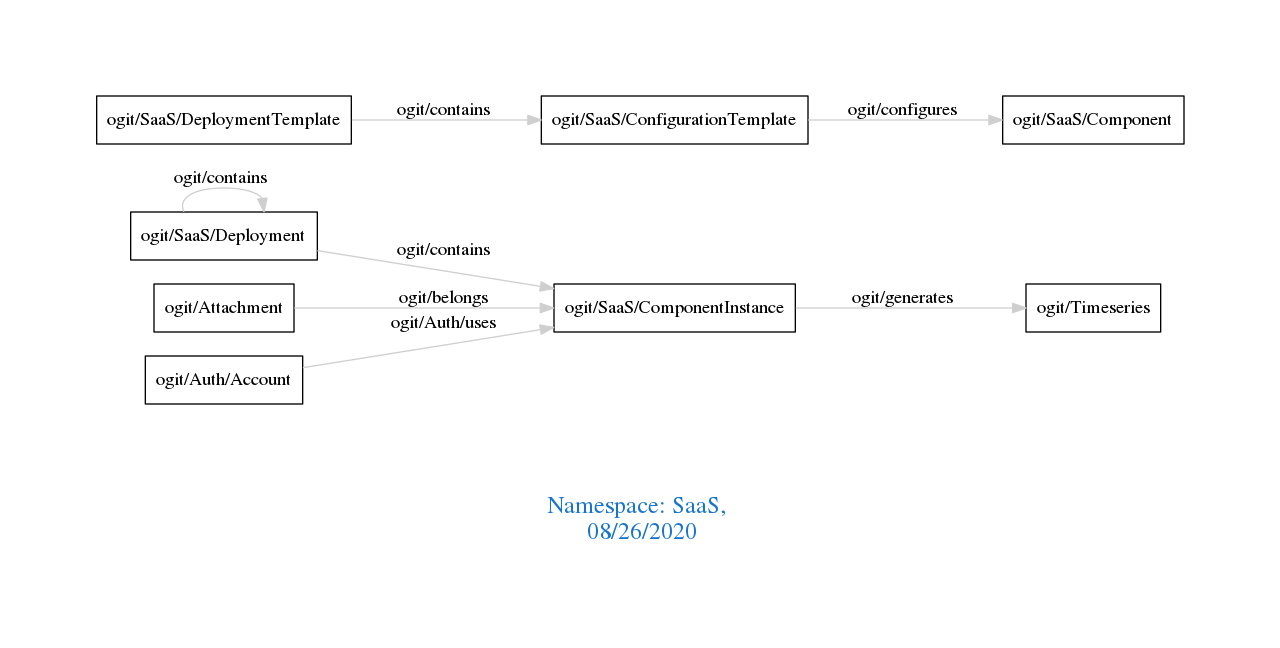
This is downloads/SaaS.png from arago/OGIT, a Graphviz export, as it was before one commit. Its source is kept beside it as downloads/SaaS.dot.
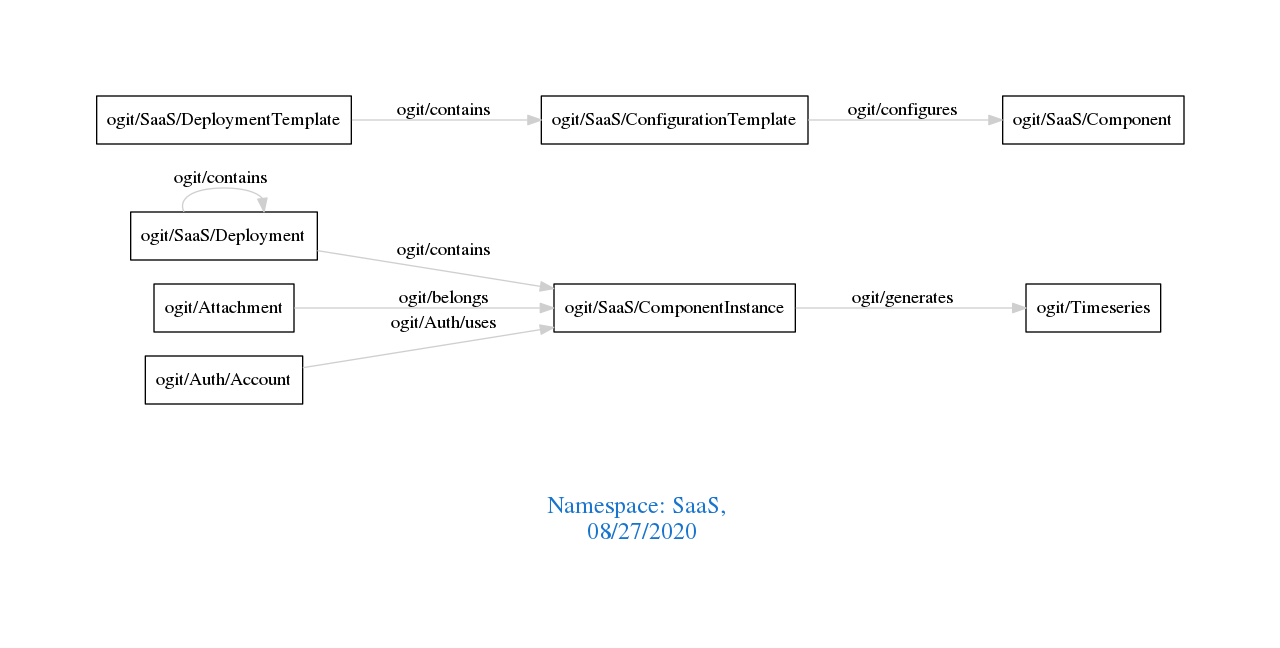
The same diagram one commit later.

The edit, as a diff of the source:
```diff
@@ -1,7 +1,7 @@
 digraph OGIT_ontology {
  graph [ rankdir= LR,pad=1
 fontsize = 18,
-fontcolor= dodgerblue3,label = "\n\n\nNamespace: SaaS, \n 08/26/2020"];
+fontcolor= dodgerblue3,label = "\n\n\nNamespace: SaaS, \n 08/27/2020"];
 node[shape=polygon];
 edge [  color="gray81"];
 
```
